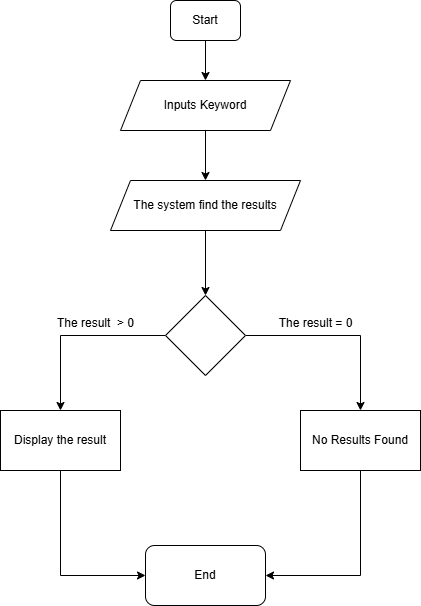
This is Biểu đồ không có tiêu đề.drawio.png from nhathao19/Crowdfunding-platform, a draw.io export, as it was before one commit. Source tidied: cells renumbered, new cells last; positions are measured from the earlier drawing's top-left corner, leaving out a move shared by most shapes.
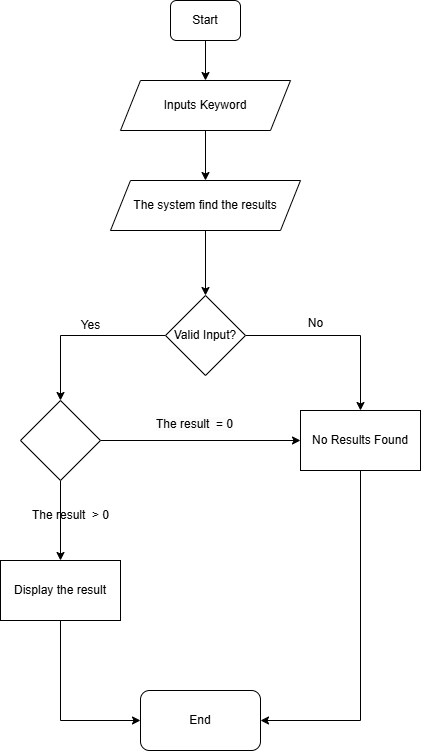
After the change.

Commit message:
Cập nhật Biểu đồ không có tiêu đề.drawio.png

What changed in the source:
```diff
@@ -20,20 +20,20 @@
     <mxCell id="7" value="The system find the results" style="shape=parallelogram;perimeter=parallelogramPerimeter;whiteSpace=wrap;html=1;fixedSize=1;" parent="1" vertex="1">
       <mxGeometry x="110" y="180" width="190" height="50" as="geometry" />
     </mxCell>
-    <mxCell id="8" style="edgeStyle=orthogonalEdgeStyle;rounded=0;jettySize=auto;html=1;" parent="1" edge="1" source="10" target="12">
-      <mxGeometry relative="1" as="geometry" />
-    </mxCell>
     <mxCell id="9" style="edgeStyle=orthogonalEdgeStyle;rounded=0;jettySize=auto;html=1;entryX=0.5;entryY=0;entryDx=0;entryDy=0;" parent="1" edge="1" source="10" target="14">
       <mxGeometry relative="1" as="geometry" />
     </mxCell>
+    <mxCell id="18" style="edgeStyle=orthogonalEdgeStyle;rounded=0;jettySize=auto;html=1;" parent="1" edge="1" source="10" target="22">
+      <mxGeometry relative="1" as="geometry" />
+    </mxCell>
-    <mxCell id="10" style="rhombus;whiteSpace=wrap;html=1;" parent="1" vertex="1">
+    <mxCell id="10" value="Valid Input?" style="rhombus;whiteSpace=wrap;html=1;" parent="1" vertex="1">
       <mxGeometry x="165" y="295" width="80" height="80" as="geometry" />
     </mxCell>
     <mxCell id="11" style="edgeStyle=orthogonalEdgeStyle;rounded=0;jettySize=auto;html=1;entryX=0;entryY=0.5;entryDx=0;entryDy=0;exitX=0.5;exitY=1;exitDx=0;exitDy=0;" parent="1" edge="1" source="12" target="15">
       <mxGeometry relative="1" as="geometry" />
     </mxCell>
     <mxCell id="12" value="Display the result" style="whiteSpace=wrap;html=1;" parent="1" vertex="1">
-      <mxGeometry y="410" width="120" height="60" as="geometry" />
+      <mxGeometry y="560" width="120" height="60" as="geometry" />
     </mxCell>
     <mxCell id="13" style="edgeStyle=orthogonalEdgeStyle;rounded=0;jettySize=auto;html=1;entryX=1;entryY=0.5;entryDx=0;entryDy=0;exitX=0.5;exitY=1;exitDx=0;exitDy=0;" parent="1" edge="1" source="14" target="15">
       <mxGeometry relative="1" as="geometry" />
@@ -42,13 +42,28 @@
       <mxGeometry x="300" y="410" width="120" height="60" as="geometry" />
     </mxCell>
     <mxCell id="15" value="End" style="rounded=1;whiteSpace=wrap;html=1;" parent="1" vertex="1">
-      <mxGeometry x="145" y="545" width="120" height="60" as="geometry" />
+      <mxGeometry x="140" y="690" width="120" height="60" as="geometry" />
     </mxCell>
     <mxCell id="16" value="The result&amp;nbsp; &amp;gt; 0" style="text;html=1;align=center;verticalAlign=middle;strokeColor=none;fillColor=none;" parent="1" vertex="1">
-      <mxGeometry x="45" y="308" width="100" height="30" as="geometry" />
+      <mxGeometry x="20" y="500" width="100" height="30" as="geometry" />
     </mxCell>
-    <mxCell id="17" value="The result = 0" style="text;html=1;align=center;verticalAlign=middle;strokeColor=none;fillColor=none;" parent="1" vertex="1">
-      <mxGeometry x="265" y="308" width="100" height="30" as="geometry" />
+    <mxCell id="17" value="No" style="text;html=1;align=center;verticalAlign=middle;strokeColor=none;fillColor=none;" parent="1" vertex="1">
+      <mxGeometry x="295" y="308" width="40" height="30" as="geometry" />
     </mxCell>
+    <mxCell id="19" value="Yes" style="text;html=1;align=center;verticalAlign=middle;strokeColor=none;fillColor=none;" parent="1" vertex="1">
+      <mxGeometry x="70" y="310" width="40" height="30" as="geometry" />
+    </mxCell>
+    <mxCell id="20" style="edgeStyle=orthogonalEdgeStyle;rounded=0;jettySize=auto;html=1;entryX=0;entryY=0.5;entryDx=0;entryDy=0;" parent="1" edge="1" source="22" target="14">
+      <mxGeometry relative="1" as="geometry" />
+    </mxCell>
+    <mxCell id="21" style="edgeStyle=orthogonalEdgeStyle;rounded=0;jettySize=auto;html=1;" parent="1" edge="1" source="22" target="12">
+      <mxGeometry relative="1" as="geometry" />
+    </mxCell>
+    <mxCell id="22" style="rhombus;whiteSpace=wrap;html=1;" parent="1" vertex="1">
+      <mxGeometry x="20" y="400" width="80" height="80" as="geometry" />
+    </mxCell>
+    <mxCell id="23" value="&lt;span style=&quot;color: rgb(0, 0, 0); font-family: Helvetica; font-size: 12px; font-style: normal; font-variant-ligatures: normal; font-variant-caps: normal; font-weight: 400; letter-spacing: normal; orphans: 2; text-align: center; text-indent: 0px; text-transform: none; widows: 2; word-spacing: 0px; -webkit-text-stroke-width: 0px; white-space: nowrap; background-color: rgb(251, 251, 251); text-decoration-thickness: initial; text-decoration-style: initial; text-decoration-color: initial; display: inline !important; float: none;&quot;&gt;The result&amp;nbsp; = 0&lt;/span&gt;" style="text;whiteSpace=wrap;html=1;" parent="1" vertex="1">
+      <mxGeometry x="154" y="410" width="110" height="40" as="geometry" />
+    </mxCell>
   </root>
 </mxGraphModel>
```
